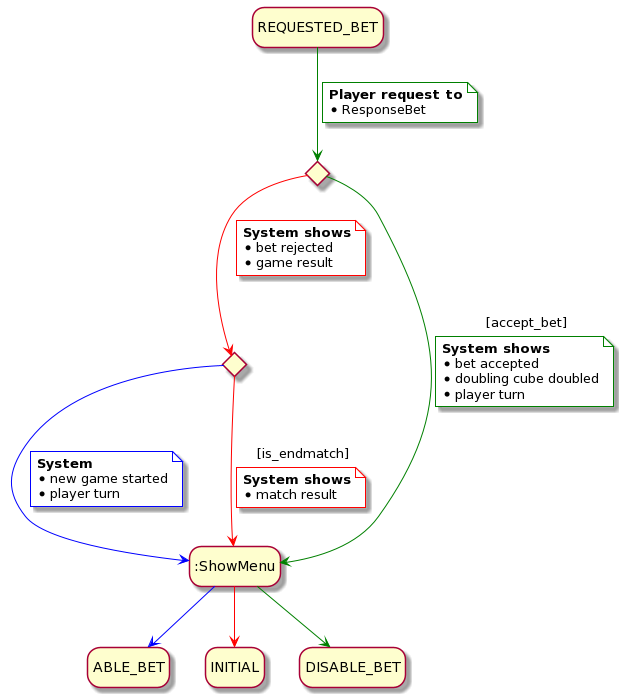
This is rup/usecase/response_bet.png from USantaTecla-game-backgammon/backgammon, a PlantUML export, as it was before one commit.
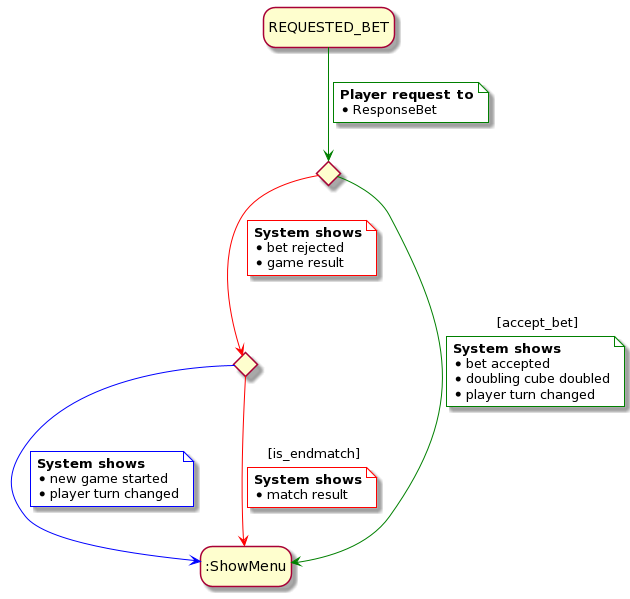
The same diagram one commit later.

The edit, as a diff of the source:
```diff
@@ -16,7 +16,7 @@
     <b>System shows</b>
     * bet accepted
     * doubling cube doubled
-    * player turn
+    * player turn changed
 end note
 
 response -[#red]-> status
@@ -28,9 +28,9 @@
 
 status -[#blue]-> :ShowMenu
 note on link #white
-    <b>System </b>
+    <b>System shows</b>
     * new game started
-    * player turn
+    * player turn changed
 end note
 
 status -[#red]-> :ShowMenu : [is_endmatch]
@@ -38,8 +38,4 @@
     <b>System shows</b>
     * match result
 end note
-
-:ShowMenu -[#blue]-> ABLE_BET
-:ShowMenu -[#red]-> INITIAL
-:ShowMenu -[#green]-> DISABLE_BET
 @enduml
```
